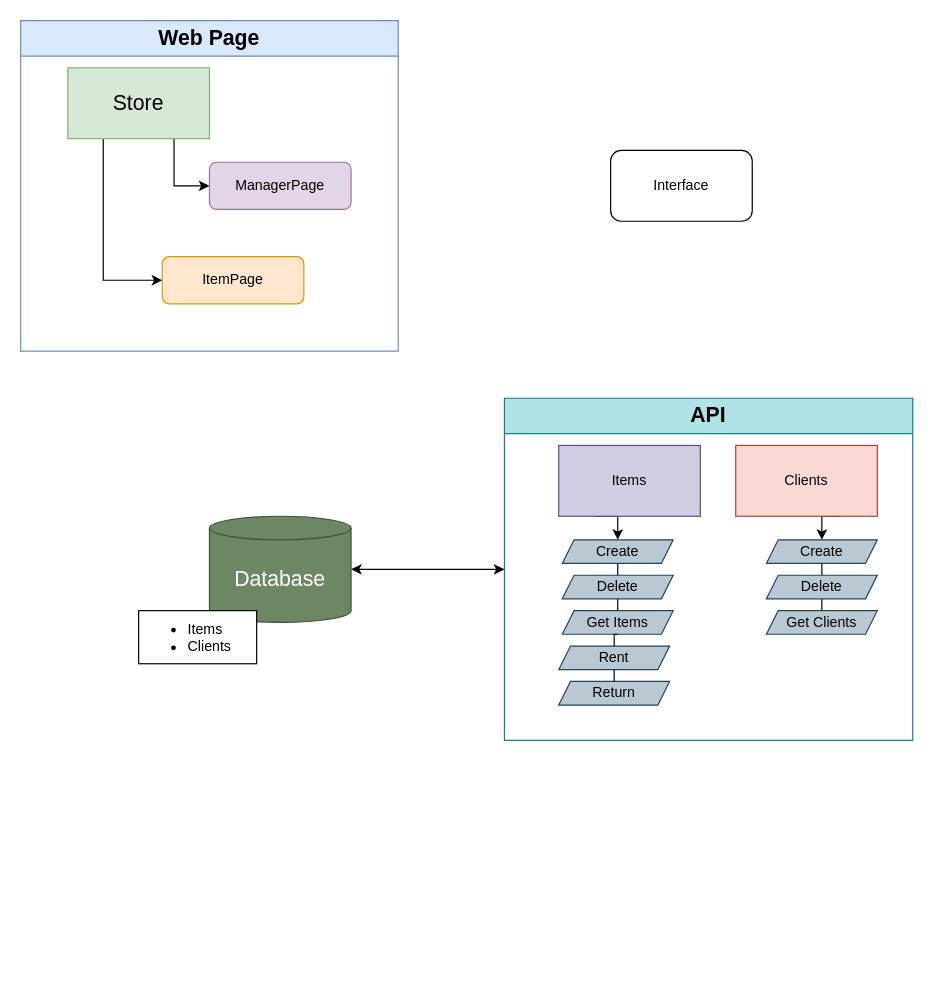
The draw.io diagram Architecture.drawio in mSimon12/rental_system, before the edit. Source tidied: cells renumbered, new cells numbered last; positions are measured from the earlier drawing's top-left corner, leaving out a move shared by most shapes. Both pictures are drawn from the tidied source at 118%, with x=0, y=0 at pixel (20, 20).
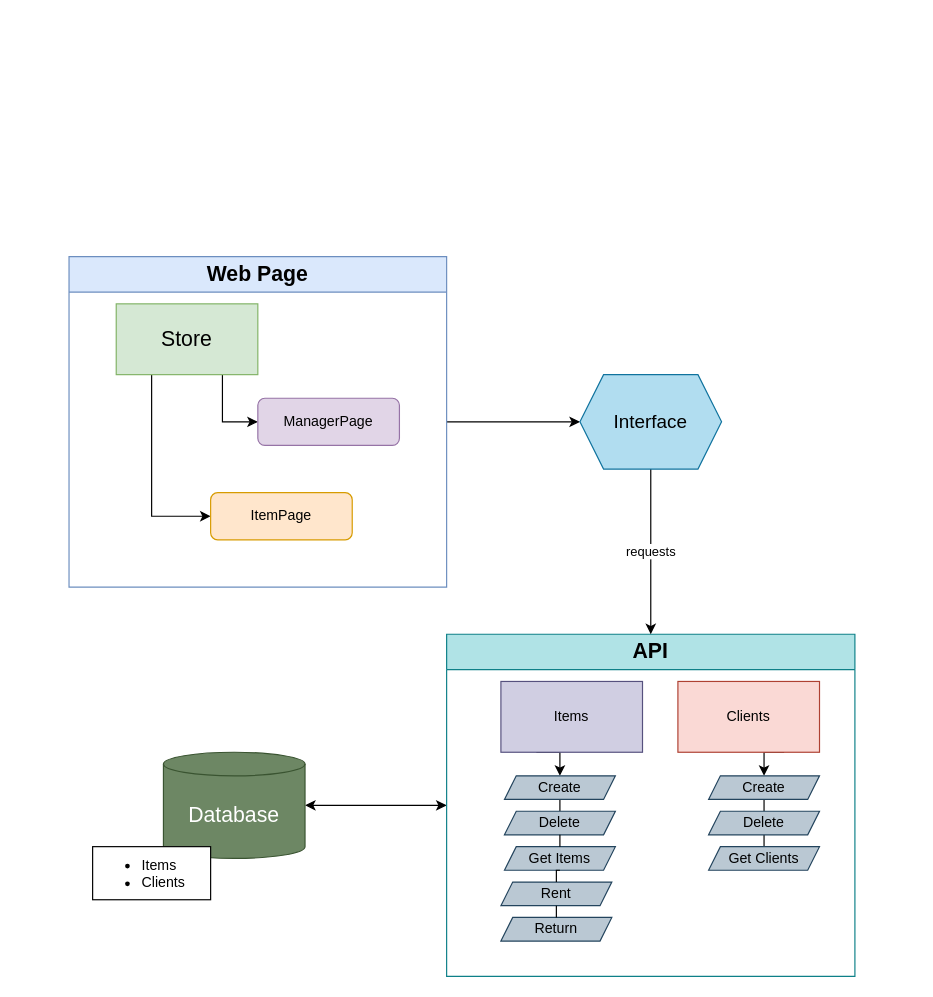
The same page after the edit.

The edit, as a diff of the source:
```diff
@@
-    <mxCell id="2" value="Interface" style="rounded=1;whiteSpace=wrap;html=1;" parent="1" vertex="1">
-      <mxGeometry x="500" y="110" width="120" height="60" as="geometry" />
-    </mxCell>
+    <mxCell id="32" style="edgeStyle=orthogonalEdgeStyle;rounded=0;jettySize=auto;html=1;exitX=1;exitY=0.5;exitDx=0;exitDy=0;entryX=0;entryY=0.5;entryDx=0;entryDy=0;startArrow=none;startFill=0;" parent="1" edge="1" source="3" target="2">
+      <mxGeometry relative="1" as="geometry" />
+    </mxCell>
     <mxCell id="3" value="Web Page" style="swimlane;whiteSpace=wrap;html=1;fillColor=#dae8fc;strokeColor=#6c8ebf;fontSize=18;startSize=30;" parent="1" vertex="1">
-      <mxGeometry width="320" height="280" as="geometry" />
+      <mxGeometry x="41" y="200" width="320" height="280" as="geometry" />
     </mxCell>
@@
     <mxCell id="10" value="API" style="swimlane;whiteSpace=wrap;html=1;fillColor=#b0e3e6;strokeColor=#0e8088;fontSize=18;startSize=30;" parent="1" vertex="1">
-      <mxGeometry x="410" y="320" width="346" height="290" as="geometry" />
+      <mxGeometry x="361" y="520" width="346" height="290" as="geometry" />
     </mxCell>
@@
     <mxCell id="29" style="group;" parent="1" vertex="1">
-      <mxGeometry x="100" y="420" width="180" height="125" as="geometry" />
+      <mxGeometry x="61" y="620" width="180" height="125" as="geometry" />
     </mxCell>
@@
+    <mxCell id="33" value="requests" style="edgeStyle=orthogonalEdgeStyle;rounded=0;jettySize=auto;html=1;exitX=0.5;exitY=1;exitDx=0;exitDy=0;entryX=0.5;entryY=0;entryDx=0;entryDy=0;" parent="1" edge="1" source="2" target="10">
+      <mxGeometry relative="1" as="geometry" />
+    </mxCell>
+    <mxCell id="2" value="Interface" style="shape=hexagon;perimeter=hexagonPerimeter2;whiteSpace=wrap;html=1;fixedSize=1;fontSize=16;fillColor=#b1ddf0;strokeColor=#10739e;" parent="1" vertex="1">
+      <mxGeometry x="474" y="300" width="120" height="80" as="geometry" />
+    </mxCell>
```
